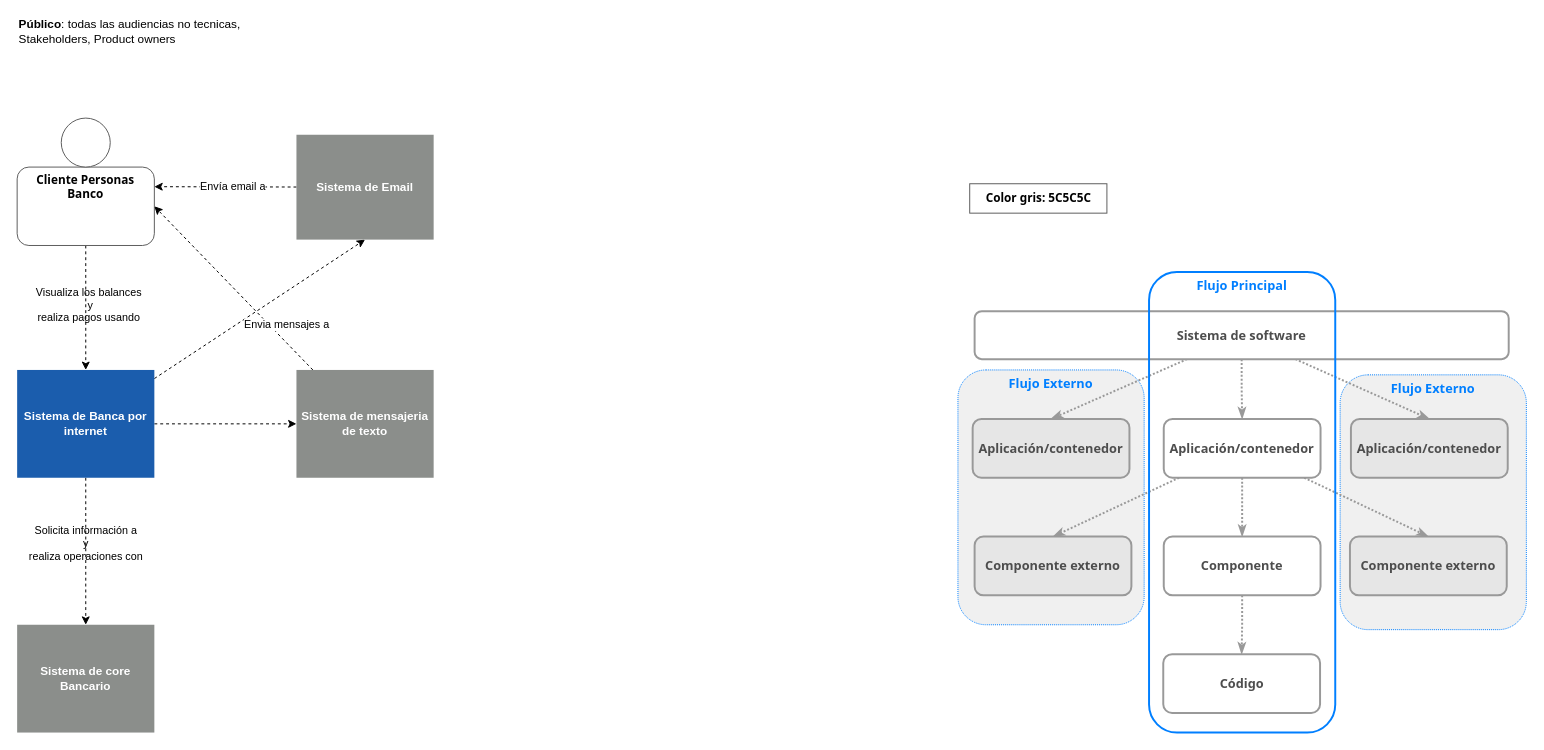
Before: Arquitectura de soluciones.drawio in santiagovb/Diagramas, a draw.io diagram. Source tidied: cells renumbered, new cells numbered last; positions are measured from the earlier drawing's top-left corner, leaving out a move shared by most shapes. Both pictures are drawn from the tidied source at 98%, with x=0, y=0 at pixel (17, 17).
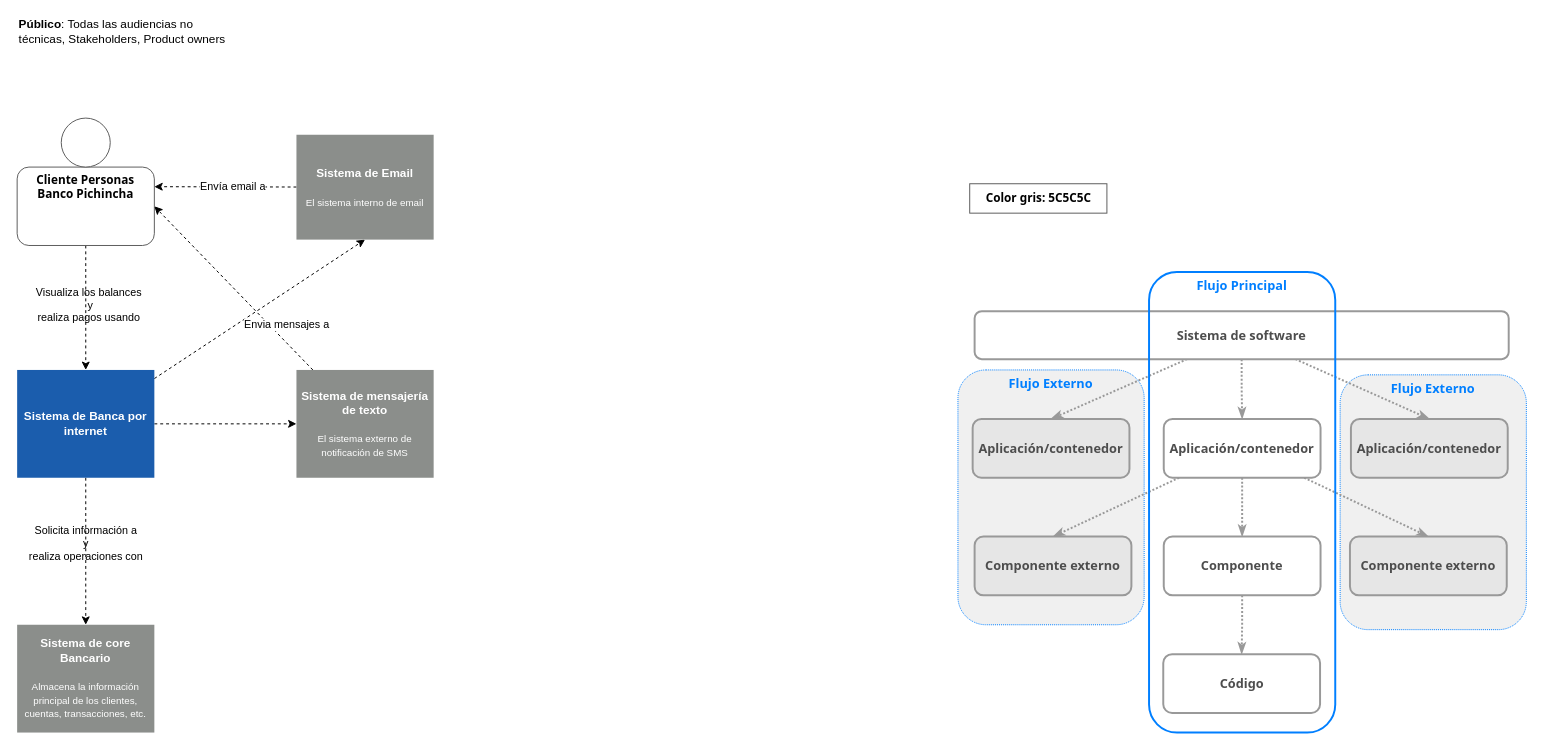
The same page after the edit.

Change to the diagram source:
```diff
@@
-    <mxCell id="6" value="Cliente Personas &lt;br&gt;Banco" style="rounded=1;whiteSpace=wrap;html=1;verticalAlign=top;fontColor=#000000;strokeColor=#5C5C5C;fontStyle=1;fontFamily=Tahoma;" parent="1" vertex="1">
+    <mxCell id="6" value="Cliente Personas &lt;br&gt;Banco Pichincha" style="rounded=1;whiteSpace=wrap;html=1;verticalAlign=top;fontColor=#000000;strokeColor=#5C5C5C;fontStyle=1;fontFamily=Tahoma;" parent="1" vertex="1">
       <mxGeometry y="153" width="140" height="80" as="geometry" />
     </mxCell>
@@
-    <mxCell id="30" value="Sistema de core Bancario" style="rounded=0;whiteSpace=wrap;html=1;fillColor=#8B8E8B;fontColor=#FFFFFF;fontStyle=1;strokeColor=none;" parent="1" vertex="1">
+    <mxCell id="30" value="Sistema de core Bancario&lt;br&gt;&lt;br&gt;&lt;span style=&quot;font-weight: normal;&quot;&gt;&lt;font style=&quot;font-size: 10px;&quot;&gt;Almacena la información principal de los clientes, cuentas, transacciones, etc.&lt;/font&gt;&lt;/span&gt;" style="rounded=0;whiteSpace=wrap;html=1;fillColor=#8B8E8B;fontColor=#FFFFFF;fontStyle=1;strokeColor=none;" parent="1" vertex="1">
       <mxGeometry y="620" width="140" height="110" as="geometry" />
     </mxCell>
@@
-    <mxCell id="33" value="Sistema de Email" style="rounded=0;whiteSpace=wrap;html=1;fontColor=#FFFFFF;fillColor=#8B8E8B;fontStyle=1;strokeColor=none;" parent="1" vertex="1">
+    <mxCell id="33" value="Sistema de Email&lt;br&gt;&lt;br&gt;&lt;span style=&quot;font-weight: normal;&quot;&gt;&lt;font style=&quot;font-size: 10px;&quot;&gt;El sistema interno de email&lt;/font&gt;&lt;/span&gt;" style="rounded=0;whiteSpace=wrap;html=1;fontColor=#FFFFFF;fillColor=#8B8E8B;fontStyle=1;strokeColor=none;" parent="1" vertex="1">
       <mxGeometry x="285" y="120" width="140" height="107" as="geometry" />
     </mxCell>
@@
-    <mxCell id="36" value="Sistema de mensajeria de texto" style="rounded=0;whiteSpace=wrap;html=1;fillColor=#8B8E8B;fontColor=#FFFFFF;fontStyle=1;strokeColor=none;" parent="1" vertex="1">
+    <mxCell id="36" value="Sistema de mensajería de texto&lt;br&gt;&lt;br&gt;&lt;span style=&quot;font-size: 10px; font-weight: 400;&quot;&gt;El sistema externo de notificación de SMS&lt;/span&gt;&lt;span style=&quot;font-weight: normal;&quot;&gt;&lt;br&gt;&lt;/span&gt;" style="rounded=0;whiteSpace=wrap;html=1;fillColor=#8B8E8B;fontColor=#FFFFFF;fontStyle=1;strokeColor=none;" parent="1" vertex="1">
       <mxGeometry x="285" y="360" width="140" height="110" as="geometry" />
     </mxCell>
-    <mxCell id="37" value="&lt;b&gt;Público&lt;/b&gt;: todas las audiencias no tecnicas, Stakeholders, Product owners" style="text;html=1;strokeColor=none;fillColor=none;align=left;verticalAlign=middle;whiteSpace=wrap;rounded=0;" parent="1" vertex="1">
+    <mxCell id="37" value="&lt;b&gt;Público&lt;/b&gt;: Todas las audiencias no técnicas, Stakeholders, Product owners" style="text;html=1;strokeColor=none;fillColor=none;align=left;verticalAlign=middle;whiteSpace=wrap;rounded=0;" parent="1" vertex="1">
       <mxGeometry width="230" height="30" as="geometry" />
     </mxCell>
```
